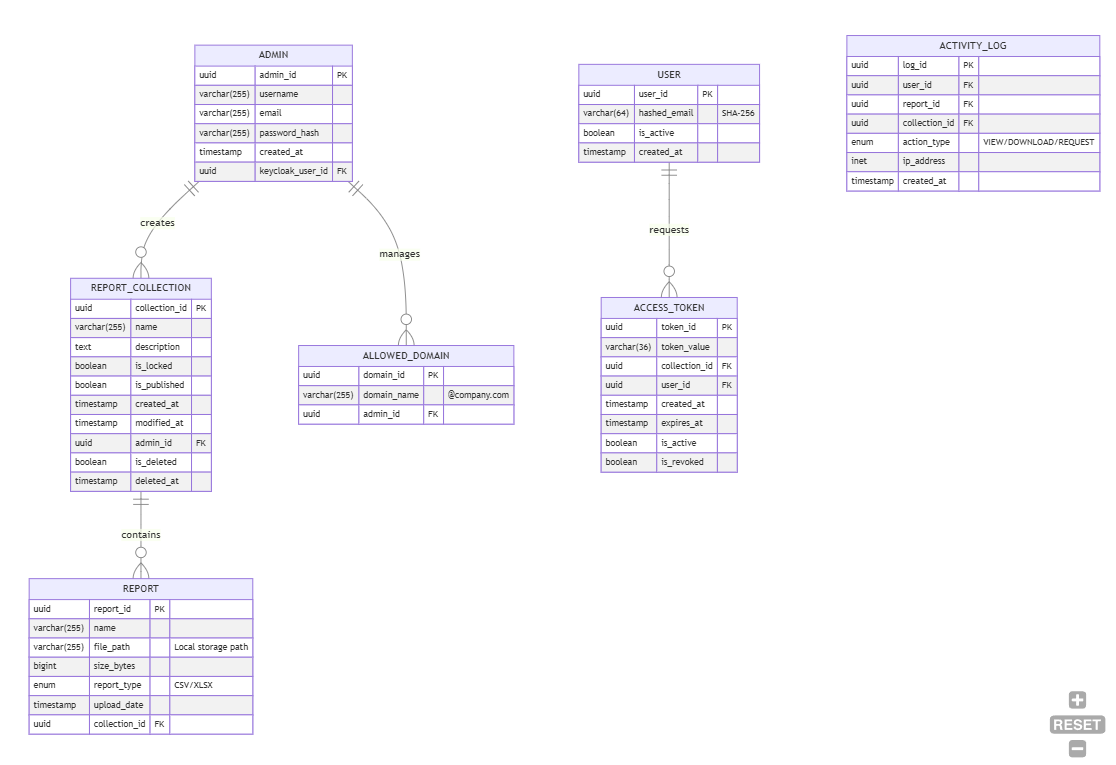
Earlier version of the Mermaid export replocker-plan/uml_diagram_models/er-model.png (davakinyemi/replocker). Its source is kept beside it as replocker-plan/uml_diagram_models/er-model.mmd. The source it was exported from:
```mermaid
erDiagram
    ADMIN ||--o{ REPORT_COLLECTION : creates
    ADMIN {
        uuid admin_id PK
        varchar(255) username
        varchar(255) email
        varchar(255) password_hash
        timestamp created_at
        uuid keycloak_user_id FK
    }

    _USER ||--o{ ACCESS_TOKEN : requests
    _USER {
        uuid user_id PK
        varchar(64) hashed_email "SHA-256"
        boolean is_active
        timestamp created_at
    }

    REPORT_COLLECTION ||--o{ REPORT : contains
    REPORT_COLLECTION {
        uuid collection_id PK
        varchar(255) name
        text description
        boolean is_locked
        boolean is_published
        timestamp created_at
        timestamp modified_at
        uuid admin_id FK
        boolean is_deleted
        timestamp deleted_at
    }

    REPORT {
        uuid report_id PK
        varchar(255) name
        varchar(255) file_path "Local storage path"
        bigint size_bytes
        enum report_type "CSV/XLSX"
        timestamp upload_date
        uuid collection_id FK
    }

    ACCESS_TOKEN {
        uuid token_id PK
        varchar(36) token_value
        uuid collection_id FK
        uuid user_id FK
        timestamp created_at
        timestamp expires_at
        boolean is_active
        boolean is_revoked
    }

    ALLOWED_DOMAIN {
        uuid domain_id PK
        varchar(255) domain_name "@company.com"
        uuid admin_id FK
    }

    ACTIVITY_LOG {
        uuid log_id PK
        uuid user_id FK
        uuid report_id FK
        uuid collection_id FK
        enum action_type "VIEW/DOWNLOAD/REQUEST"
        inet ip_address
        timestamp created_at
    }

    ADMIN ||--o{ ALLOWED_DOMAIN : manages
```
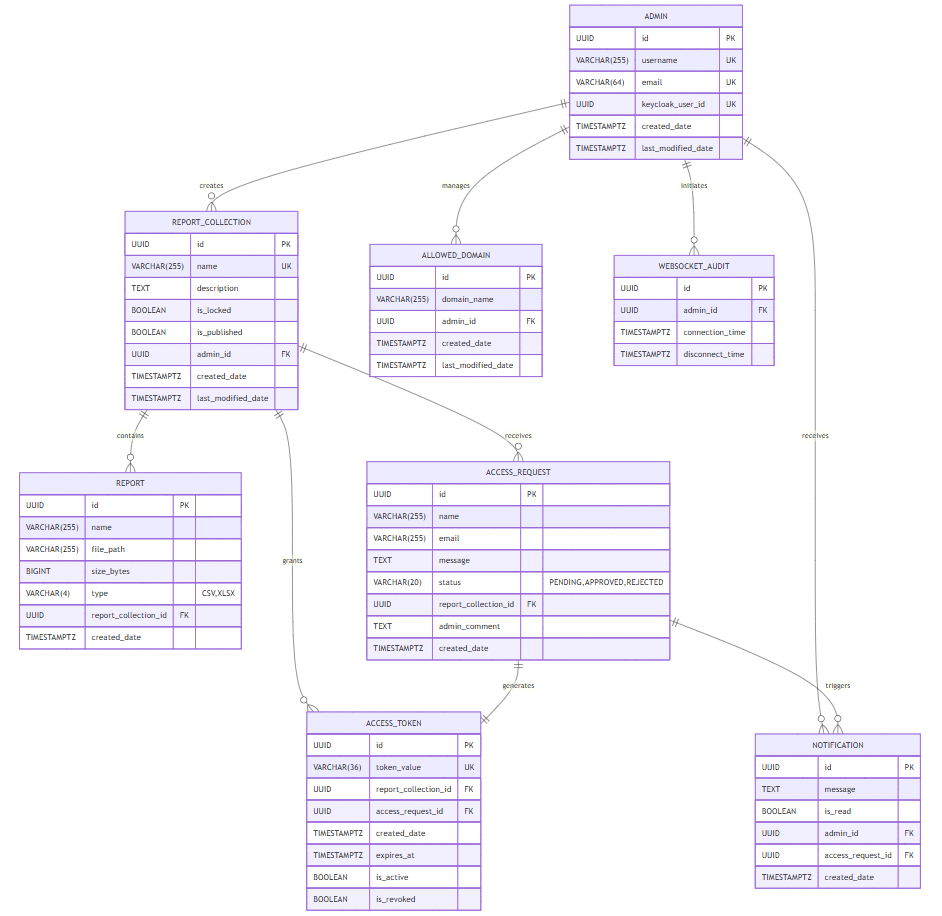
After the change.

Commit message:
update entity relationship model

The edit, as a diff of the source:
```diff
@@ -1,71 +1,88 @@
 erDiagram
-    ADMIN ||--o{ REPORT_COLLECTION : creates
+    ADMIN ||--o{ REPORT_COLLECTION : "creates"
+    ADMIN ||--o{ ALLOWED_DOMAIN : "manages"
+    ADMIN ||--o{ WEBSOCKET_AUDIT : "initiates"
+    ADMIN ||--o{ NOTIFICATION : "receives"
+
+    REPORT_COLLECTION ||--o{ REPORT : "contains"
+    REPORT_COLLECTION ||--o{ ACCESS_REQUEST : "receives requests for"
+    REPORT_COLLECTION ||--o{ ACCESS_TOKEN : "grants access to"
+
+    ACCESS_REQUEST ||--|| ACCESS_TOKEN : "generates"
+    ACCESS_REQUEST ||--o{ NOTIFICATION : "triggers"
+
     ADMIN {
-        uuid admin_id PK
-        varchar(255) username
-        varchar(255) email
-        varchar(255) password_hash
-        timestamp created_at
-        uuid keycloak_user_id FK
+        UUID id PK
+        VARCHAR(255) username UK
+        VARCHAR(64) email UK
+        UUID keycloak_user_id UK
+        TIMESTAMPTZ created_date
+        TIMESTAMPTZ last_modified_date
     }
 
-    _USER ||--o{ ACCESS_TOKEN : requests
-    _USER {
-        uuid user_id PK
-        varchar(64) hashed_email "SHA-256"
-        boolean is_active
-        timestamp created_at
-    }
-
-    REPORT_COLLECTION ||--o{ REPORT : contains
     REPORT_COLLECTION {
-        uuid collection_id PK
-        varchar(255) name
-        text description
-        boolean is_locked
-        boolean is_published
-        timestamp created_at
-        timestamp modified_at
-        uuid admin_id FK
-        boolean is_deleted
-        timestamp deleted_at
+        UUID id PK
+        VARCHAR(255) name UK
+        TEXT description
+        BOOLEAN is_locked
+        BOOLEAN is_published
+        UUID admin_id FK
+        TIMESTAMPTZ created_date
+        TIMESTAMPTZ last_modified_date
     }
 
     REPORT {
-        uuid report_id PK
-        varchar(255) name
-        varchar(255) file_path "Local storage path"
-        bigint size_bytes
-        enum report_type "CSV/XLSX"
-        timestamp upload_date
-        uuid collection_id FK
+        UUID id PK
+        VARCHAR(255) name
+        VARCHAR(255) file_path
+        BIGINT size_bytes
+        ENUM report_type "CSV/XLSX"
+        UUID report_collection_id FK
+        TIMESTAMPTZ created_date
+    }
+
+    ACCESS_REQUEST {
+        UUID id PK
+        VARCHAR(255) name
+        VARCHAR(255) email
+        TEXT message
+        ENUM status "PENDING/APPROVED/REJECTED"
+        UUID report_collection_id FK
+        TEXT admin_comment
+        TIMESTAMPTZ created_date
     }
 
     ACCESS_TOKEN {
-        uuid token_id PK
-        varchar(36) token_value
-        uuid collection_id FK
-        uuid user_id FK
-        timestamp created_at
-        timestamp expires_at
-        boolean is_active
-        boolean is_revoked
+        UUID id PK
+        VARCHAR(36) token_value UK
+        UUID report_collection_id FK
+        UUID access_request_id FK
+        TIMESTAMPTZ created_date
+        TIMESTAMPTZ expires_at
+        BOOLEAN is_active
+        BOOLEAN is_revoked
     }
 
     ALLOWED_DOMAIN {
-        uuid domain_id PK
-        varchar(255) domain_name "@company.com"
-        uuid admin_id FK
+        UUID id PK
+        VARCHAR(255) domain_name
+        UUID admin_id FK
+        TIMESTAMPTZ created_date
+        TIMESTAMPTZ last_modified_date
     }
 
-    ACTIVITY_LOG {
-        uuid log_id PK
-        uuid user_id FK
-        uuid report_id FK
-        uuid collection_id FK
-        enum action_type "VIEW/DOWNLOAD/REQUEST"
-        inet ip_address
-        timestamp created_at
+    NOTIFICATION {
+        UUID id PK
+        TEXT message
+        BOOLEAN is_read
+        UUID admin_id FK
+        UUID access_request_id FK
+        TIMESTAMPTZ created_date
     }
 
-    ADMIN ||--o{ ALLOWED_DOMAIN : manages
+    WEBSOCKET_AUDIT {
+        UUID id PK
+        UUID admin_id FK
+        TIMESTAMPTZ connection_time
+        TIMESTAMPTZ disconnect_time
+    }
```
